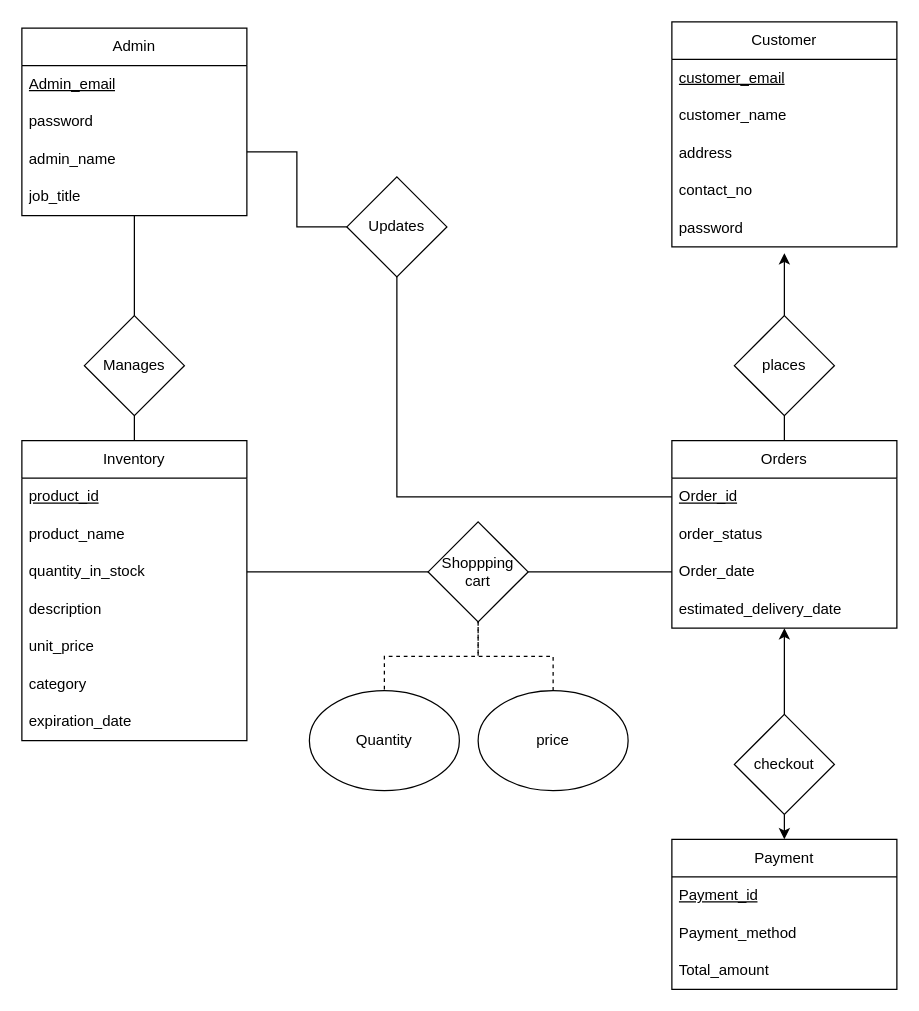
haris-hk/Database-ERD keeps this draw.io diagram as project.drawio. Above is the earlier version. Source tidied: cells renumbered, new cells numbered last; positions are measured from the earlier drawing's top-left corner, leaving out a move shared by most shapes. Both pictures are drawn from the tidied source at 125%, with x=0, y=0 at pixel (21, 21).
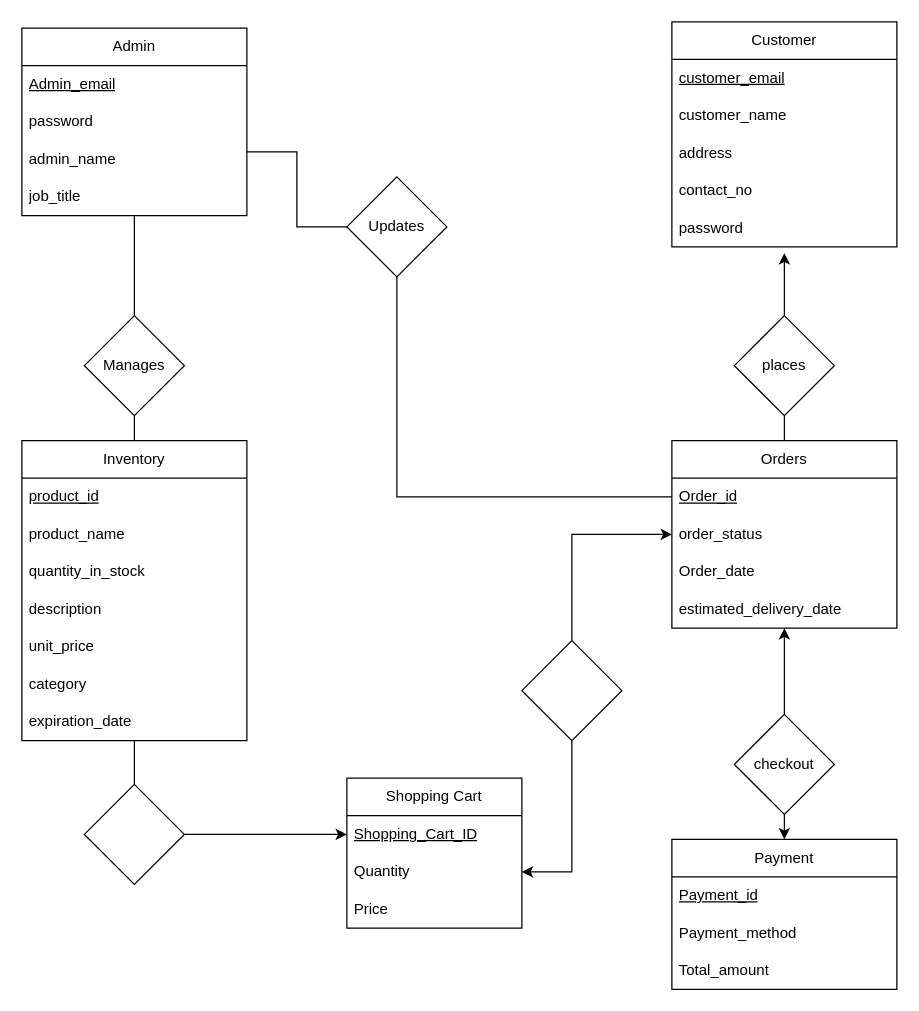
Above is the later version.

The change refers to these unchanged cells:
```xml
<mxCell id="16" value="quantity_in_stock" style="text;strokeColor=none;fillColor=none;align=left;verticalAlign=middle;spacingLeft=4;spacingRight=4;overflow=hidden;points=[[0,0.5],[1,0.5]];portConstraint=eastwest;whiteSpace=wrap;html=1;" parent="13" vertex="1">
  <mxGeometry y="90" width="180" height="30" as="geometry" />
</mxCell>
<mxCell id="20" value="expiration_date" style="text;strokeColor=none;fillColor=none;align=left;verticalAlign=middle;spacingLeft=4;spacingRight=4;overflow=hidden;points=[[0,0.5],[1,0.5]];portConstraint=eastwest;whiteSpace=wrap;html=1;" parent="13" vertex="1">
  <mxGeometry y="210" width="180" height="30" as="geometry" />
</mxCell>
<mxCell id="23" value="order_status" style="text;strokeColor=none;fillColor=none;align=left;verticalAlign=middle;spacingLeft=4;spacingRight=4;overflow=hidden;points=[[0,0.5],[1,0.5]];portConstraint=eastwest;whiteSpace=wrap;html=1;" parent="21" vertex="1">
  <mxGeometry y="60" width="180" height="30" as="geometry" />
</mxCell>
<mxCell id="24" value="Order_date" style="text;strokeColor=none;fillColor=none;align=left;verticalAlign=middle;spacingLeft=4;spacingRight=4;overflow=hidden;points=[[0,0.5],[1,0.5]];portConstraint=eastwest;whiteSpace=wrap;html=1;" parent="21" vertex="1">
  <mxGeometry y="90" width="180" height="30" as="geometry" />
</mxCell>
```

The edit, as a diff of the source:
```diff
@@
-    <mxCell id="38" style="edgeStyle=orthogonalEdgeStyle;rounded=0;jettySize=auto;html=1;exitX=1;exitY=0.5;exitDx=0;exitDy=0;entryX=0;entryY=0.5;entryDx=0;entryDy=0;endArrow=none;endFill=0;" parent="1" edge="1" source="41" target="24">
-      <mxGeometry relative="1" as="geometry" />
-    </mxCell>
-    <mxCell id="39" style="edgeStyle=orthogonalEdgeStyle;rounded=0;jettySize=auto;html=1;exitX=0;exitY=0.5;exitDx=0;exitDy=0;entryX=1;entryY=0.5;entryDx=0;entryDy=0;endArrow=none;endFill=0;" parent="1" edge="1" source="41" target="16">
-      <mxGeometry relative="1" as="geometry" />
-    </mxCell>
-    <mxCell id="40" style="edgeStyle=orthogonalEdgeStyle;rounded=0;jettySize=auto;html=1;exitX=0.5;exitY=1;exitDx=0;exitDy=0;entryX=0.5;entryY=0;entryDx=0;entryDy=0;endArrow=none;endFill=0;dashed=1;" parent="1" edge="1" source="41" target="46">
-      <mxGeometry relative="1" as="geometry" />
-    </mxCell>
-    <mxCell id="41" value="Shoppping&lt;div&gt;cart&lt;/div&gt;" style="rhombus;whiteSpace=wrap;html=1;strokeWidth=1;" parent="1" vertex="1">
-      <mxGeometry x="325" y="400" width="80" height="80" as="geometry" />
-    </mxCell>
@@
+    <mxCell id="49" value="Shopping Cart" style="swimlane;fontStyle=0;horizontal=1;startSize=30;whiteSpace=wrap;html=1;" parent="1" vertex="1">
+      <mxGeometry x="260" y="605" width="140" height="120" as="geometry" />
+    </mxCell>
+    <mxCell id="50" value="&lt;u&gt;Shopping_Cart_ID&lt;/u&gt;" style="text;strokeColor=none;fillColor=none;align=left;verticalAlign=middle;spacingLeft=4;spacingRight=4;overflow=hidden;points=[[0,0.5],[1,0.5]];portConstraint=eastwest;whiteSpace=wrap;html=1;" parent="49" vertex="1">
+      <mxGeometry y="30" width="140" height="30" as="geometry" />
+    </mxCell>
-    <mxCell id="46" value="Quantity" style="ellipse;whiteSpace=wrap;html=1;" parent="1" vertex="1">
-      <mxGeometry x="230" y="535" width="120" height="80" as="geometry" />
+    <mxCell id="46" value="Quantity" style="text;strokeColor=none;fillColor=none;align=left;verticalAlign=middle;spacingLeft=4;spacingRight=4;overflow=hidden;points=[[0,0.5],[1,0.5]];portConstraint=eastwest;whiteSpace=wrap;html=1;" parent="49" vertex="1">
+      <mxGeometry y="60" width="140" height="30" as="geometry" />
     </mxCell>
-    <mxCell id="47" style="edgeStyle=orthogonalEdgeStyle;rounded=0;jettySize=auto;html=1;exitX=0.5;exitY=0;exitDx=0;exitDy=0;entryX=0.5;entryY=1;entryDx=0;entryDy=0;endArrow=none;endFill=0;dashed=1;" parent="1" edge="1" source="48" target="41">
-      <mxGeometry relative="1" as="geometry" />
-    </mxCell>
-    <mxCell id="48" value="price" style="ellipse;whiteSpace=wrap;html=1;" parent="1" vertex="1">
-      <mxGeometry x="365" y="535" width="120" height="80" as="geometry" />
-    </mxCell>
+    <mxCell id="51" value="Price" style="text;strokeColor=none;fillColor=none;align=left;verticalAlign=middle;spacingLeft=4;spacingRight=4;overflow=hidden;whiteSpace=wrap;html=1;" parent="49" vertex="1">
+      <mxGeometry y="90" width="140" height="30" as="geometry" />
+    </mxCell>
+    <mxCell id="52" style="edgeStyle=orthogonalEdgeStyle;rounded=0;jettySize=auto;html=1;exitX=0.5;exitY=0;exitDx=0;exitDy=0;entryX=0.5;entryY=1;entryDx=0;entryDy=0;entryPerimeter=0;endArrow=none;endFill=0;" parent="1" edge="1" source="54" target="20">
+      <mxGeometry relative="1" as="geometry" />
+    </mxCell>
+    <mxCell id="53" style="edgeStyle=orthogonalEdgeStyle;rounded=0;jettySize=auto;html=1;exitX=1;exitY=0.5;exitDx=0;exitDy=0;entryX=0;entryY=0.5;entryDx=0;entryDy=0;" parent="1" edge="1" source="54" target="50">
+      <mxGeometry relative="1" as="geometry" />
+    </mxCell>
+    <mxCell id="54" style="rhombus;whiteSpace=wrap;html=1;" parent="1" vertex="1">
+      <mxGeometry x="50" y="610" width="80" height="80" as="geometry" />
+    </mxCell>
+    <mxCell id="55" style="edgeStyle=orthogonalEdgeStyle;rounded=0;jettySize=auto;html=1;exitX=0.5;exitY=0;exitDx=0;exitDy=0;entryX=0;entryY=0.5;entryDx=0;entryDy=0;" parent="1" edge="1" source="57" target="23">
+      <mxGeometry relative="1" as="geometry" />
+    </mxCell>
+    <mxCell id="56" style="edgeStyle=orthogonalEdgeStyle;rounded=0;jettySize=auto;html=1;exitX=0.5;exitY=1;exitDx=0;exitDy=0;entryX=1;entryY=0.5;entryDx=0;entryDy=0;" parent="1" edge="1" source="57" target="46">
+      <mxGeometry relative="1" as="geometry" />
+    </mxCell>
+    <mxCell id="57" style="rhombus;whiteSpace=wrap;html=1;" parent="1" vertex="1">
+      <mxGeometry x="400" y="495" width="80" height="80" as="geometry" />
+    </mxCell>
```
